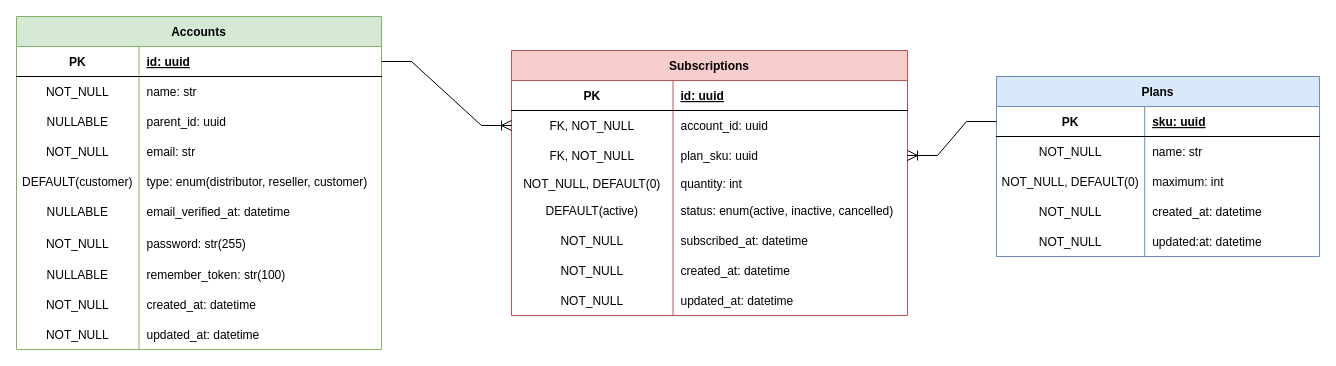
Before: page "E/R Model" (2 of 2) of diagrams.drawio in othercodes/sparring-storage, a draw.io diagram. Source tidied: cells renumbered, new cells numbered last; positions are measured from the earlier drawing's top-left corner, leaving out a move shared by most shapes. Both pictures are drawn from the tidied source at 100%, with x=0, y=0 at pixel (16, 16).
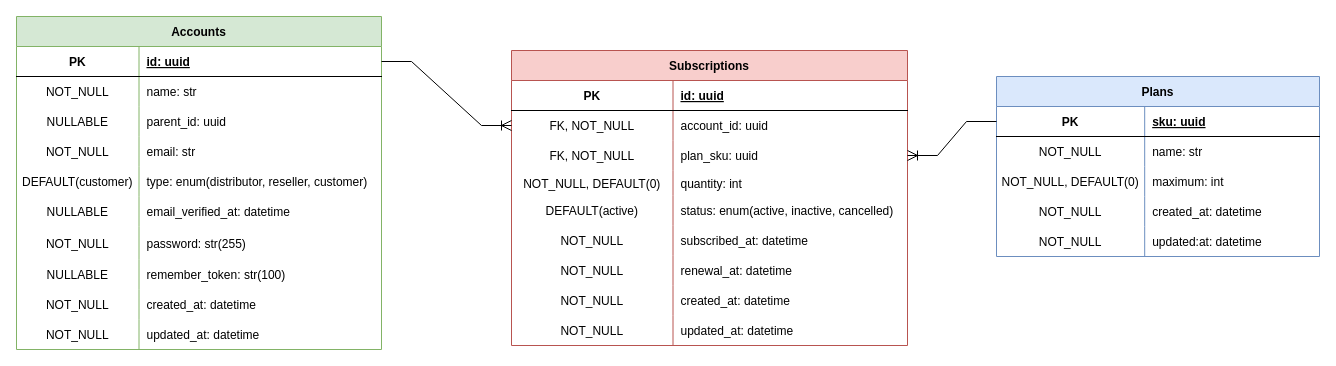
Above is the later version.

Diff of the diagram source:
```diff
@@
     <mxCell id="2" value="Subscriptions" style="shape=table;startSize=30;childLayout=tableLayout;rowLines=0;fontStyle=1;align=center;hachureGap=4;fillColor=#f8cecc;strokeColor=#b85450;" parent="1" vertex="1">
-      <mxGeometry x="495" y="34" width="396" height="265" as="geometry" />
+      <mxGeometry x="495" y="34" width="396" height="295" as="geometry" />
     </mxCell>
@@
+    <mxCell id="76" style="shape=tableRow;horizontal=0;startSize=0;swimlaneHead=0;swimlaneBody=0;fillColor=none;top=0;left=0;right=0;bottom=0;hachureGap=4;" parent="2" vertex="1">
+      <mxGeometry y="205" width="396" height="30" as="geometry" />
+    </mxCell>
+    <mxCell id="77" value="NOT_NULL" style="shape=partialRectangle;fillColor=none;top=0;left=0;bottom=0;right=0;overflow=hidden;hachureGap=4;" parent="76" vertex="1">
+      <mxGeometry width="161.5" height="30" as="geometry" />
+    </mxCell>
+    <mxCell id="78" value="renewal_at: datetime" style="shape=partialRectangle;fillColor=none;top=0;left=0;bottom=0;right=0;align=left;spacingLeft=6;overflow=hidden;hachureGap=4;" parent="76" vertex="1">
+      <mxGeometry x="161.5" width="234.5" height="30" as="geometry" />
+    </mxCell>
     <mxCell id="21" style="shape=tableRow;horizontal=0;startSize=0;swimlaneHead=0;swimlaneBody=0;fillColor=none;top=0;left=0;right=0;bottom=0;hachureGap=4;" parent="2" vertex="1">
-      <mxGeometry y="205" width="396" height="30" as="geometry" />
+      <mxGeometry y="235" width="396" height="30" as="geometry" />
     </mxCell>
@@
     <mxCell id="24" style="shape=tableRow;horizontal=0;startSize=0;swimlaneHead=0;swimlaneBody=0;fillColor=none;top=0;left=0;right=0;bottom=0;hachureGap=4;" parent="2" vertex="1">
-      <mxGeometry y="235" width="396" height="30" as="geometry" />
+      <mxGeometry y="265" width="396" height="30" as="geometry" />
     </mxCell>
```
